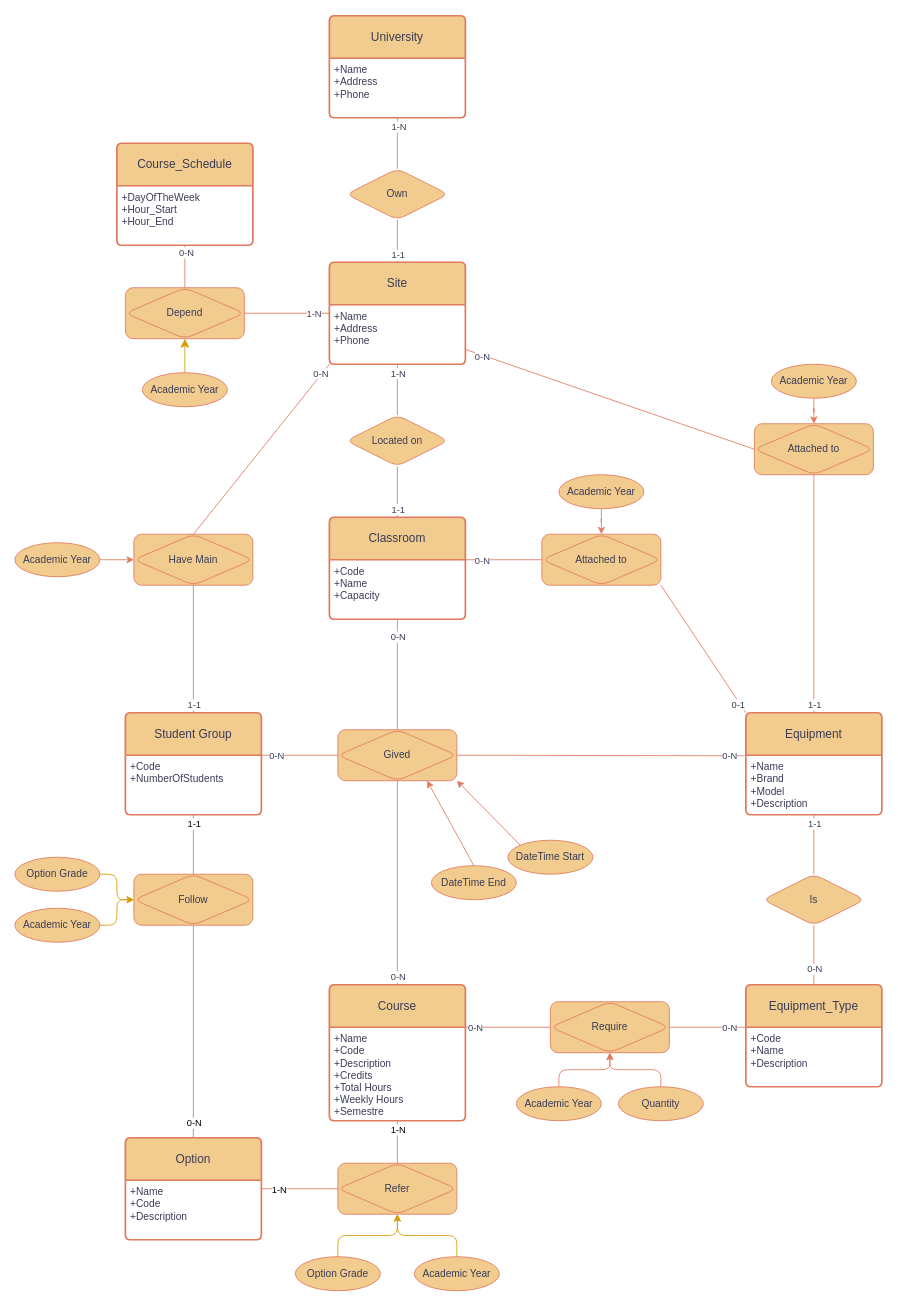
Before: EA_Diagram.drawio in fratjo/Calempus360, a draw.io diagram. Source tidied: cells renumbered, new cells numbered last; positions are measured from the earlier drawing's top-left corner, leaving out a move shared by most shapes. Both pictures are drawn from the tidied source at 85%, with x=0, y=0 at pixel (14, 15).
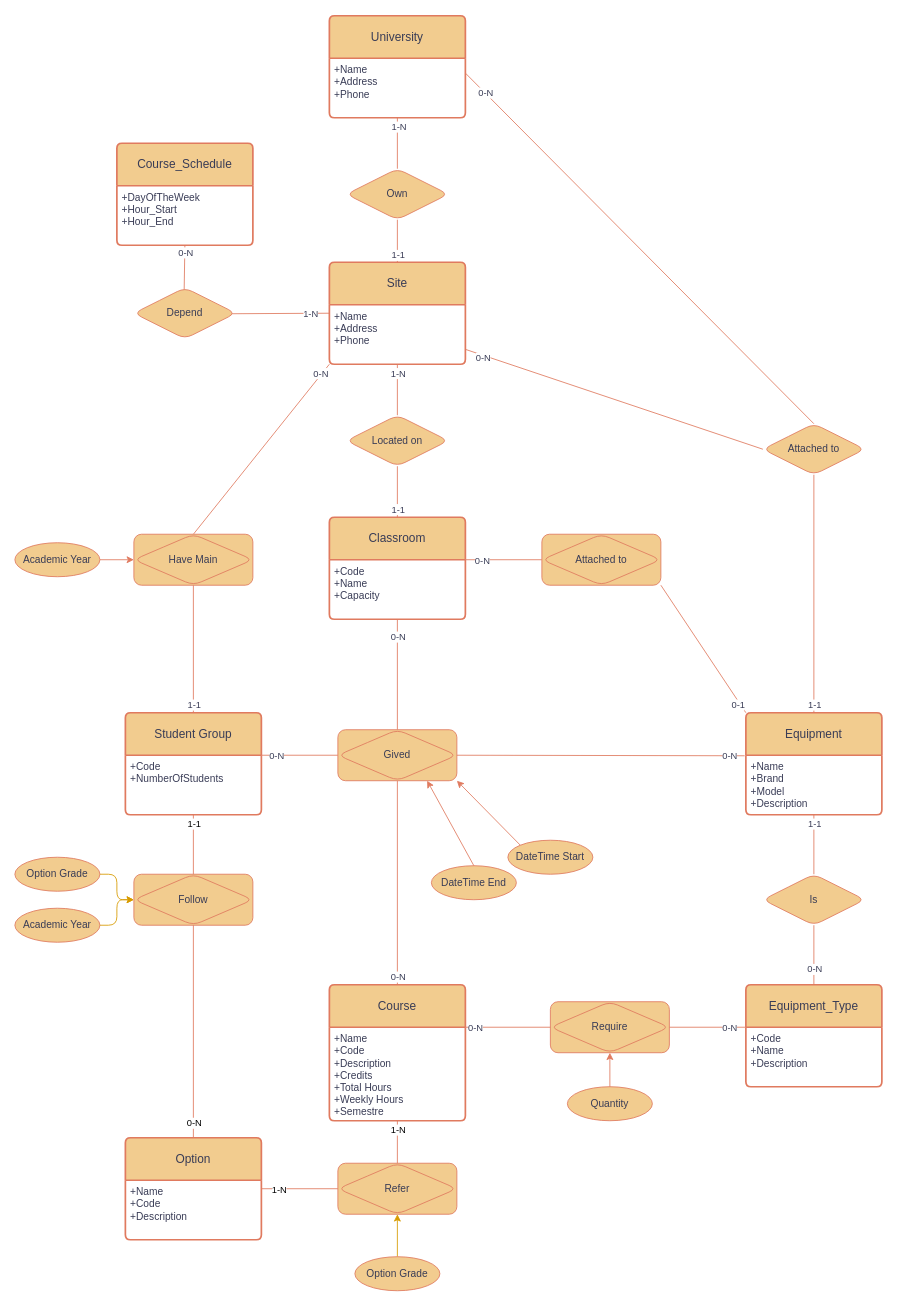
Above is the later version.

Unchanged cells that the change refers to:
```xml
<mxCell id="4" value="+Name&lt;br&gt;+Address&lt;br&gt;+Phone" style="align=left;strokeColor=none;fillColor=none;spacingLeft=4;fontSize=12;verticalAlign=top;html=1;labelBackgroundColor=none;fontColor=#393C56;rounded=1;" parent="3" vertex="1">
  <mxGeometry y="50" width="160" height="70" as="geometry" />
</mxCell>
<mxCell id="5" value="Site" style="swimlane;horizontal=1;startSize=50;rounded=1;fontSize=14;fontStyle=0;strokeWidth=2;shadow=0;dashed=0;align=center;arcSize=4;whiteSpace=wrap;html=1;labelBackgroundColor=none;fillColor=#F2CC8F;strokeColor=#E07A5F;fontColor=#393C56;" parent="1" vertex="1">
  <mxGeometry x="370" y="290" width="160" height="120" as="geometry" />
</mxCell>
<mxCell id="6" value="+Name&lt;br&gt;+Address&lt;div&gt;+Phone&lt;/div&gt;" style="align=left;strokeColor=none;fillColor=none;spacingLeft=4;fontSize=12;verticalAlign=top;html=1;labelBackgroundColor=none;fontColor=#393C56;rounded=1;" parent="5" vertex="1">
  <mxGeometry y="50" width="160" height="70" as="geometry" />
</mxCell>
<mxCell id="11" value="Equipment" style="swimlane;horizontal=1;startSize=50;rounded=1;fontSize=14;fontStyle=0;strokeWidth=2;shadow=0;dashed=0;align=center;arcSize=4;whiteSpace=wrap;html=1;labelBackgroundColor=none;fillColor=#F2CC8F;strokeColor=#E07A5F;fontColor=#393C56;" parent="1" vertex="1">
  <mxGeometry x="860" y="820" width="160" height="120" as="geometry" />
</mxCell>
<mxCell id="29" value="+DayOfTheWeek&lt;br&gt;+Hour_Start&lt;div&gt;+Hour_End&lt;/div&gt;" style="align=left;strokeColor=none;fillColor=none;spacingLeft=4;fontSize=12;verticalAlign=top;html=1;labelBackgroundColor=none;fontColor=#393C56;rounded=1;" parent="28" vertex="1">
  <mxGeometry y="50" width="160" height="70" as="geometry" />
</mxCell>
<mxCell id="41" value="Attached to" style="shape=associativeEntity;whiteSpace=wrap;html=1;align=center;rounded=1;strokeColor=#E07A5F;fontColor=#393C56;fillColor=#F2CC8F;" parent="1" vertex="1">
  <mxGeometry x="620" y="610" width="140" height="60" as="geometry" />
</mxCell>
<mxCell id="56" value="Require" style="shape=associativeEntity;whiteSpace=wrap;html=1;align=center;rounded=1;strokeColor=#E07A5F;fontColor=#393C56;fillColor=#F2CC8F;" parent="1" vertex="1">
  <mxGeometry x="630" y="1160" width="140" height="60" as="geometry" />
</mxCell>
<mxCell id="75" value="Refer" style="shape=associativeEntity;whiteSpace=wrap;html=1;align=center;rounded=1;strokeColor=#E07A5F;fontColor=#393C56;fillColor=#F2CC8F;" parent="1" vertex="1">
  <mxGeometry x="380" y="1350" width="140" height="60" as="geometry" />
</mxCell>
```

The edit, as a diff of the source:
```diff
@@
-    <mxCell id="44" style="edgeStyle=orthogonalEdgeStyle;rounded=1;jettySize=auto;html=1;strokeColor=#E07A5F;fontColor=#393C56;fillColor=#F2CC8F;" parent="1" edge="1" source="45" target="41">
-      <mxGeometry relative="1" as="geometry" />
-    </mxCell>
-    <mxCell id="45" value="Academic Year" style="ellipse;whiteSpace=wrap;html=1;align=center;rounded=1;strokeColor=#E07A5F;fontColor=#393C56;fillColor=#F2CC8F;" parent="1" vertex="1">
-      <mxGeometry x="640" y="540" width="100" height="40" as="geometry" />
-    </mxCell>
@@
-    <mxCell id="50" style="endArrow=none;html=1;rounded=0;strokeColor=#E07A5F;fontColor=#393C56;fillColor=#F2CC8F;exitX=0.5;exitY=1;exitDx=0;exitDy=0;entryX=0.5;entryY=0;entryDx=0;entryDy=0;" parent="1" edge="1" source="29" target="100">
+    <mxCell id="50" style="endArrow=none;html=1;rounded=0;strokeColor=#E07A5F;fontColor=#393C56;fillColor=#F2CC8F;exitX=0.5;exitY=1;exitDx=0;exitDy=0;entryX=0.493;entryY=0.057;entryDx=0;entryDy=0;entryPerimeter=0;" parent="1" edge="1" source="29" target="100">
       <mxGeometry relative="1" as="geometry" />
     </mxCell>
@@
-    <mxCell id="52" style="endArrow=none;html=1;rounded=0;strokeColor=#E07A5F;fontColor=#393C56;fillColor=#F2CC8F;exitX=1;exitY=0.5;exitDx=0;exitDy=0;entryX=0;entryY=0.5;entryDx=0;entryDy=0;" parent="1" edge="1" source="100" target="5">
+    <mxCell id="52" style="endArrow=none;html=1;rounded=0;strokeColor=#E07A5F;fontColor=#393C56;fillColor=#F2CC8F;entryX=0;entryY=0.5;entryDx=0;entryDy=0;exitX=0.957;exitY=0.51;exitDx=0;exitDy=0;exitPerimeter=0;" parent="1" edge="1" source="100" target="5">
       <mxGeometry relative="1" as="geometry" />
     </mxCell>
@@
-    <mxCell id="54" style="edgeStyle=none;curved=1;rounded=0;jettySize=auto;html=1;fontSize=12;startSize=8;endSize=8;fillColor=#ffe6cc;strokeColor=#d79b00;" parent="1" edge="1" source="55" target="100">
-      <mxGeometry relative="1" as="geometry" />
-    </mxCell>
-    <mxCell id="55" value="Academic Year" style="ellipse;whiteSpace=wrap;html=1;align=center;rounded=1;strokeColor=#E07A5F;fontColor=#393C56;fillColor=#F2CC8F;" parent="1" vertex="1">
-      <mxGeometry x="150" y="420" width="100" height="40" as="geometry" />
-    </mxCell>
@@
-    <mxCell id="57" style="edgeStyle=orthogonalEdgeStyle;rounded=1;jettySize=auto;html=1;strokeColor=#E07A5F;fontColor=#393C56;fillColor=#F2CC8F;" parent="1" edge="1" source="58" target="56">
-      <mxGeometry relative="1" as="geometry" />
-    </mxCell>
-    <mxCell id="58" value="Academic Year" style="ellipse;whiteSpace=wrap;html=1;align=center;rounded=1;strokeColor=#E07A5F;fontColor=#393C56;fillColor=#F2CC8F;" parent="1" vertex="1">
-      <mxGeometry x="590" y="1260" width="100" height="40" as="geometry" />
-    </mxCell>
@@
-    <mxCell id="63" style="endArrow=none;html=1;rounded=0;strokeColor=#E07A5F;fontColor=#393C56;fillColor=#F2CC8F;entryX=0;entryY=0.5;entryDx=0;entryDy=0;exitX=1;exitY=0.75;exitDx=0;exitDy=0;" parent="1" edge="1" source="6" target="67">
+    <mxCell id="63" style="endArrow=none;html=1;rounded=0;strokeColor=#E07A5F;fontColor=#393C56;fillColor=#F2CC8F;entryX=0;entryY=0.5;entryDx=0;entryDy=0;exitX=1;exitY=0.75;exitDx=0;exitDy=0;" parent="1" edge="1" source="6" target="105">
       <mxGeometry relative="1" as="geometry" />
     </mxCell>
@@
-    <mxCell id="65" style="endArrow=none;html=1;rounded=0;strokeColor=#E07A5F;fontColor=#393C56;fillColor=#F2CC8F;exitX=0.5;exitY=0;exitDx=0;exitDy=0;entryX=0.5;entryY=1;entryDx=0;entryDy=0;" parent="1" edge="1" source="11" target="67">
+    <mxCell id="65" style="endArrow=none;html=1;rounded=0;strokeColor=#E07A5F;fontColor=#393C56;fillColor=#F2CC8F;exitX=0.5;exitY=0;exitDx=0;exitDy=0;entryX=0.5;entryY=1;entryDx=0;entryDy=0;" parent="1" edge="1" source="11" target="105">
       <mxGeometry relative="1" as="geometry" />
     </mxCell>
@@
-    <mxCell id="67" value="Attached to" style="shape=associativeEntity;whiteSpace=wrap;html=1;align=center;rounded=1;strokeColor=#E07A5F;fontColor=#393C56;fillColor=#F2CC8F;" parent="1" vertex="1">
-      <mxGeometry x="870" y="480" width="140" height="60" as="geometry" />
-    </mxCell>
-    <mxCell id="68" style="edgeStyle=orthogonalEdgeStyle;rounded=1;jettySize=auto;html=1;strokeColor=#E07A5F;fontColor=#393C56;fillColor=#F2CC8F;" parent="1" edge="1" source="69" target="67">
-      <mxGeometry relative="1" as="geometry" />
-    </mxCell>
-    <mxCell id="69" value="Academic Year" style="ellipse;whiteSpace=wrap;html=1;align=center;rounded=1;strokeColor=#E07A5F;fontColor=#393C56;fillColor=#F2CC8F;" parent="1" vertex="1">
-      <mxGeometry x="890" y="410" width="100" height="40" as="geometry" />
-    </mxCell>
@@
     <mxCell id="87" value="Option Grade" style="ellipse;whiteSpace=wrap;html=1;align=center;rounded=1;strokeColor=#E07A5F;fontColor=#393C56;fillColor=#F2CC8F;" parent="1" vertex="1">
-      <mxGeometry x="330" y="1460" width="100" height="40" as="geometry" />
+      <mxGeometry x="400" y="1460" width="100" height="40" as="geometry" />
     </mxCell>
@@
-    <mxCell id="91" style="edgeStyle=orthogonalEdgeStyle;rounded=1;jettySize=auto;html=1;fillColor=#ffe6cc;strokeColor=#d79b00;curved=0;" parent="1" edge="1" source="92" target="75">
-      <mxGeometry relative="1" as="geometry" />
-    </mxCell>
-    <mxCell id="92" value="Academic Year" style="ellipse;whiteSpace=wrap;html=1;align=center;rounded=1;strokeColor=#E07A5F;fontColor=#393C56;fillColor=#F2CC8F;" parent="1" vertex="1">
-      <mxGeometry x="470" y="1460" width="100" height="40" as="geometry" />
-    </mxCell>
@@
-    <mxCell id="100" value="Depend" style="shape=associativeEntity;whiteSpace=wrap;html=1;align=center;rounded=1;strokeColor=#E07A5F;fontColor=#393C56;fillColor=#F2CC8F;" parent="1" vertex="1">
-      <mxGeometry x="130" y="320" width="140" height="60" as="geometry" />
-    </mxCell>
     <mxCell id="101" value="Quantity" style="ellipse;whiteSpace=wrap;html=1;align=center;rounded=1;strokeColor=#E07A5F;fontColor=#393C56;fillColor=#F2CC8F;" parent="1" vertex="1">
-      <mxGeometry x="710" y="1260" width="100" height="40" as="geometry" />
+      <mxGeometry x="650" y="1260" width="100" height="40" as="geometry" />
     </mxCell>
@@
+    <mxCell id="103" style="endArrow=none;html=1;rounded=0;strokeColor=#E07A5F;fontColor=#393C56;fillColor=#F2CC8F;exitX=1;exitY=0.25;exitDx=0;exitDy=0;entryX=0.5;entryY=0;entryDx=0;entryDy=0;" parent="1" edge="1" source="4" target="105">
+      <mxGeometry relative="1" as="geometry" />
+    </mxCell>
+    <mxCell id="104" value="0-N" style="edgeLabel;html=1;align=center;verticalAlign=middle;fontColor=#393C56;" parent="103" vertex="1">
+      <mxGeometry x="-0.91" y="2" relative="1" as="geometry">
+        <mxPoint x="4" y="6" as="offset" />
+      </mxGeometry>
+    </mxCell>
+    <mxCell id="105" value="Att&lt;span style=&quot;background-color: transparent; color: light-dark(rgb(57, 60, 86), rgb(182, 184, 207));&quot;&gt;ached to&lt;/span&gt;" style="shape=rhombus;perimeter=rhombusPerimeter;whiteSpace=wrap;html=1;align=center;labelBackgroundColor=none;fillColor=#F2CC8F;strokeColor=#E07A5F;fontColor=#393C56;rounded=1;" parent="1" vertex="1">
+      <mxGeometry x="880" y="480" width="120" height="60" as="geometry" />
+    </mxCell>
+    <mxCell id="100" value="Depend" style="shape=rhombus;perimeter=rhombusPerimeter;whiteSpace=wrap;html=1;align=center;labelBackgroundColor=none;fillColor=#F2CC8F;strokeColor=#E07A5F;fontColor=#393C56;rounded=1;" parent="1" vertex="1">
+      <mxGeometry x="140" y="320" width="120" height="60" as="geometry" />
+    </mxCell>
```
